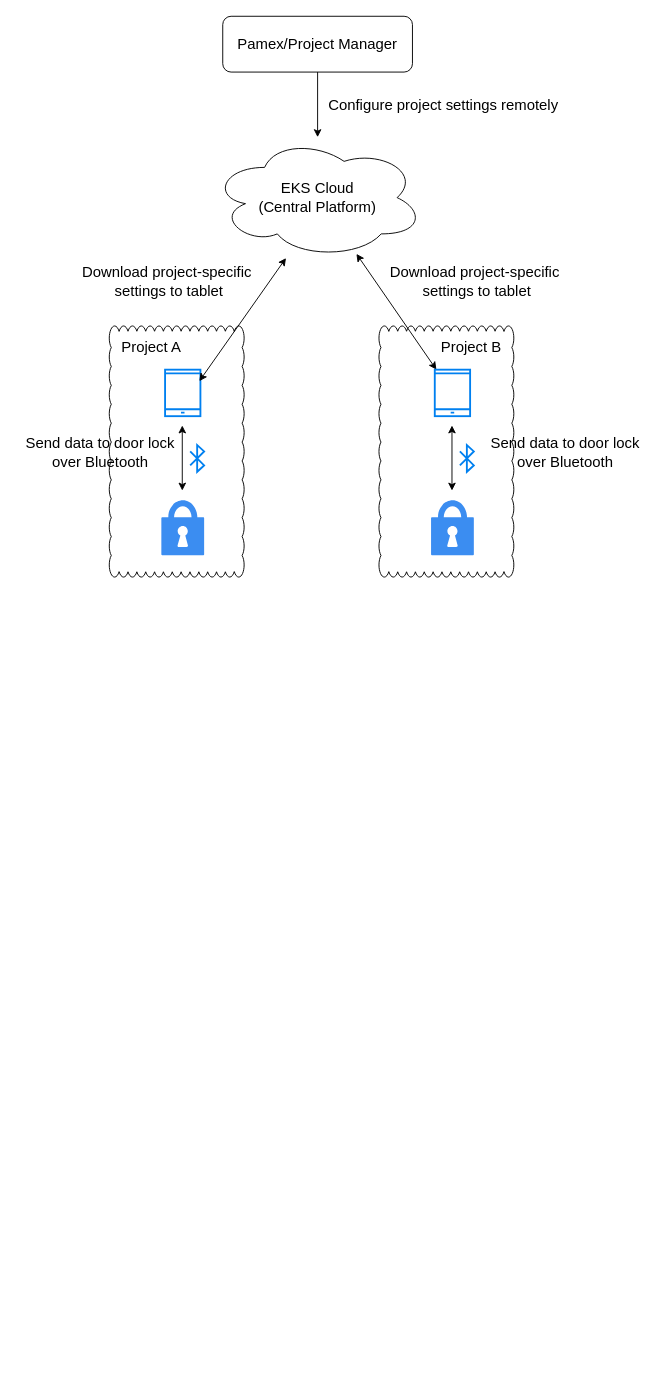
Before: EKSNoWifi.drawio in kevin3747118/ALZK, a draw.io diagram. Source tidied: cells renumbered, new cells numbered last; positions are measured from the earlier drawing's top-left corner, leaving out a move shared by most shapes. Both pictures are drawn from the tidied source at 93%, with x=0, y=0 at pixel (16, 16).
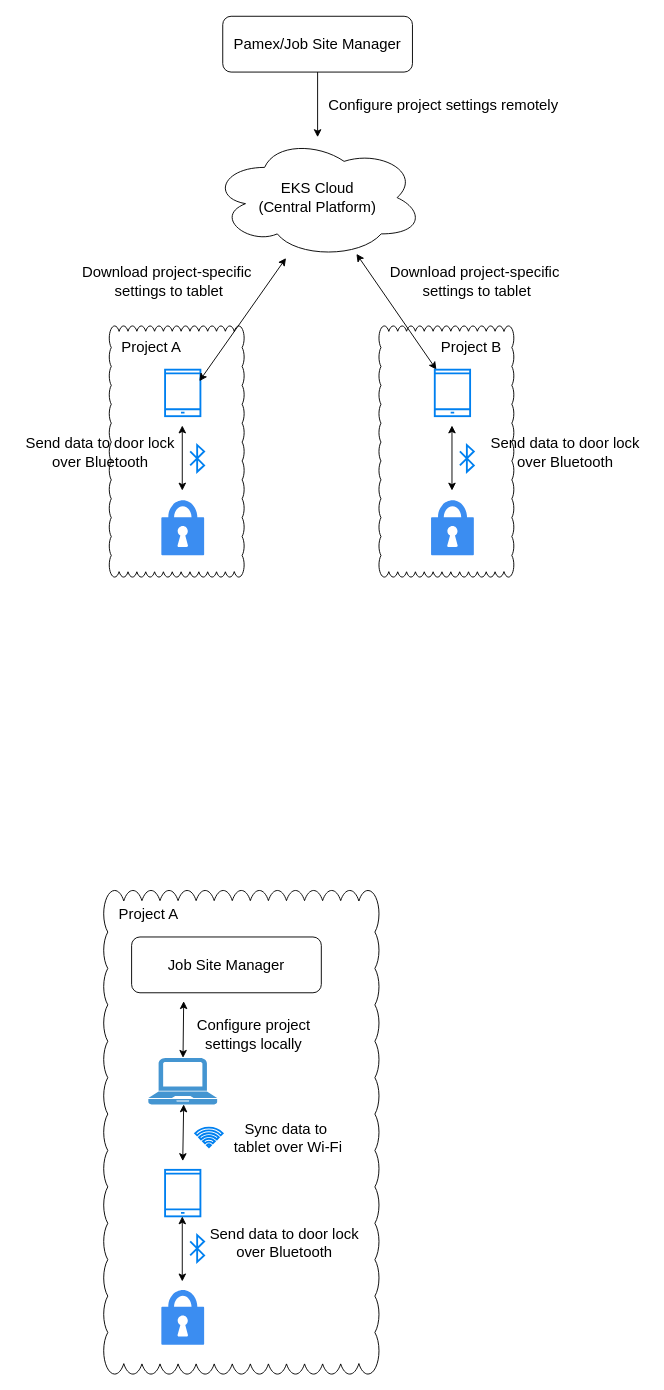
After the change.

What changed in the source:
```diff
@@
-    <mxCell id="4" value="&lt;font style=&quot;font-size: 16px;&quot;&gt;Pamex/&lt;/font&gt;&lt;span style=&quot;font-size: 16px; background-color: transparent; color: light-dark(rgb(0, 0, 0), rgb(255, 255, 255));&quot;&gt;Project Manager&lt;/span&gt;" style="rounded=1;whiteSpace=wrap;html=1;" parent="1" vertex="1">
+    <mxCell id="4" value="&lt;font style=&quot;font-size: 16px;&quot;&gt;Pamex/&lt;/font&gt;&lt;span style=&quot;font-size: 16px; background-color: transparent; color: light-dark(rgb(0, 0, 0), rgb(255, 255, 255));&quot;&gt;Job Site Manager&lt;/span&gt;" style="rounded=1;whiteSpace=wrap;html=1;" parent="1" vertex="1">
       <mxGeometry x="222" width="204" height="60" as="geometry" />
     </mxCell>
@@
+    <mxCell id="24" style="whiteSpace=wrap;html=1;shape=mxgraph.basic.cloud_rect;" parent="1" vertex="1">
+      <mxGeometry x="94" y="940" width="296" height="520" as="geometry" />
+    </mxCell>
+    <mxCell id="25" style="html=1;verticalLabelPosition=bottom;align=center;labelBackgroundColor=#ffffff;verticalAlign=top;strokeWidth=2;strokeColor=#0080F0;shadow=0;dashed=0;shape=mxgraph.ios7.icons.smartphone;" parent="1" vertex="1">
+      <mxGeometry x="160" y="1240.4" width="38" height="50" as="geometry" />
+    </mxCell>
+    <mxCell id="26" style="sketch=0;html=1;strokeColor=none;shadow=0;fillColor=#3B8DF1;verticalAlign=top;labelPosition=center;verticalLabelPosition=bottom;shape=mxgraph.gcp2.lock;" parent="1" vertex="1">
+      <mxGeometry x="156" y="1369.5" width="46" height="59" as="geometry" />
+    </mxCell>
+    <mxCell id="27" style="endArrow=classic;startArrow=classic;html=1;rounded=0;" parent="1" edge="1">
+      <mxGeometry relative="1" as="geometry">
+        <mxPoint x="178.5" y="1360.4" as="sourcePoint" />
+        <mxPoint x="178.5" y="1290.4" as="targetPoint" />
+      </mxGeometry>
+    </mxCell>
+    <mxCell id="28" style="endArrow=classic;startArrow=classic;html=1;rounded=0;" parent="1" edge="1" source="33">
+      <mxGeometry relative="1" as="geometry">
+        <mxPoint x="180" y="1059" as="targetPoint" />
+      </mxGeometry>
+    </mxCell>
+    <mxCell id="29" value="&lt;font style=&quot;font-size: 16px;&quot;&gt;Project A&lt;/font&gt;" style="text;html=1;align=center;verticalAlign=middle;strokeColor=none;fillColor=none;" parent="1" vertex="1">
+      <mxGeometry x="97" y="950" width="90" height="30" as="geometry" />
+    </mxCell>
+    <mxCell id="30" style="html=1;verticalLabelPosition=bottom;align=center;labelBackgroundColor=#ffffff;verticalAlign=top;strokeWidth=2;strokeColor=#0080F0;shadow=0;dashed=0;shape=mxgraph.ios7.icons.bluetooth;" parent="1" vertex="1">
+      <mxGeometry x="187" y="1310.5" width="15" height="28.8" as="geometry" />
+    </mxCell>
+    <mxCell id="31" value="&lt;font style=&quot;font-size: 16px;&quot;&gt;&lt;span style=&quot;background-color: transparent; color: light-dark(rgb(0, 0, 0), rgb(255, 255, 255)); text-align: left;&quot;&gt;Send data&lt;/span&gt;&lt;span style=&quot;background-color: transparent; color: light-dark(rgb(0, 0, 0), rgb(255, 255, 255)); text-align: left;&quot;&gt;&amp;nbsp;to door lock&lt;/span&gt;&lt;/font&gt;&lt;div&gt;&lt;span style=&quot;background-color: transparent; color: light-dark(rgb(0, 0, 0), rgb(255, 255, 255)); text-align: left;&quot;&gt;&lt;font style=&quot;font-size: 16px;&quot;&gt;over Bluetooth&lt;/font&gt;&lt;/span&gt;&lt;div&gt;&lt;p&gt;&lt;/p&gt;&lt;/div&gt;&lt;/div&gt;" style="text;html=1;align=center;verticalAlign=middle;strokeColor=none;fillColor=none;rotation=0;" parent="1" vertex="1">
+      <mxGeometry x="198" y="1294.9" width="180" height="60" as="geometry" />
+    </mxCell>
+    <mxCell id="32" value="&lt;span style=&quot;font-size: 16px; background-color: transparent; color: light-dark(rgb(0, 0, 0), rgb(255, 255, 255));&quot;&gt;Job Site Manager&lt;/span&gt;" style="rounded=1;whiteSpace=wrap;html=1;" parent="1" vertex="1">
+      <mxGeometry x="124" y="990" width="204" height="60" as="geometry" />
+    </mxCell>
+    <mxCell id="33" style="shadow=0;dashed=0;html=1;strokeColor=none;fillColor=#4495D1;labelPosition=center;verticalLabelPosition=bottom;verticalAlign=top;align=center;outlineConnect=0;shape=mxgraph.veeam.laptop;" parent="1" vertex="1">
+      <mxGeometry x="142" y="1120" width="74" height="50" as="geometry" />
+    </mxCell>
+    <mxCell id="34" value="&lt;font style=&quot;font-size: 16px;&quot;&gt;Configure project&lt;/font&gt;&lt;div&gt;&lt;font style=&quot;font-size: 16px;&quot;&gt;settings locally&lt;/font&gt;&lt;/div&gt;" style="text;html=1;align=center;verticalAlign=middle;strokeColor=none;fillColor=none;" parent="1" vertex="1">
+      <mxGeometry x="180" y="1070" width="150" height="50" as="geometry" />
+    </mxCell>
+    <mxCell id="35" style="endArrow=classic;startArrow=classic;html=1;rounded=0;" parent="1" edge="1">
+      <mxGeometry relative="1" as="geometry">
+        <mxPoint x="179" y="1231" as="sourcePoint" />
+        <mxPoint x="180" y="1170" as="targetPoint" />
+      </mxGeometry>
+    </mxCell>
+    <mxCell id="36" value="&lt;font style=&quot;font-size: 16px;&quot;&gt;&lt;span style=&quot;background-color: transparent; color: light-dark(rgb(0, 0, 0), rgb(255, 255, 255)); text-align: left;&quot;&gt;Sync data&lt;/span&gt;&lt;span style=&quot;background-color: transparent; color: light-dark(rgb(0, 0, 0), rgb(255, 255, 255)); text-align: left;&quot;&gt;&amp;nbsp;to&amp;nbsp;&lt;/span&gt;&lt;/font&gt;&lt;div&gt;&lt;font style=&quot;font-size: 16px;&quot;&gt;&lt;span style=&quot;background-color: transparent; color: light-dark(rgb(0, 0, 0), rgb(255, 255, 255)); text-align: left;&quot;&gt;tablet&amp;nbsp;&lt;/span&gt;&lt;/font&gt;&lt;span style=&quot;font-size: 16px; background-color: transparent; color: light-dark(rgb(0, 0, 0), rgb(255, 255, 255)); text-align: left;&quot;&gt;over Wi-Fi&lt;/span&gt;&lt;/div&gt;" style="text;html=1;align=center;verticalAlign=middle;strokeColor=none;fillColor=none;" parent="1" vertex="1">
+      <mxGeometry x="222" y="1180.5" width="140" height="50" as="geometry" />
+    </mxCell>
+    <mxCell id="37" style="html=1;verticalLabelPosition=bottom;align=center;labelBackgroundColor=#ffffff;verticalAlign=top;strokeWidth=2;strokeColor=#0080F0;shadow=0;dashed=0;shape=mxgraph.ios7.icons.wifi;" parent="1" vertex="1">
+      <mxGeometry x="192.3" y="1195" width="29.7" height="21" as="geometry" />
+    </mxCell>
```
